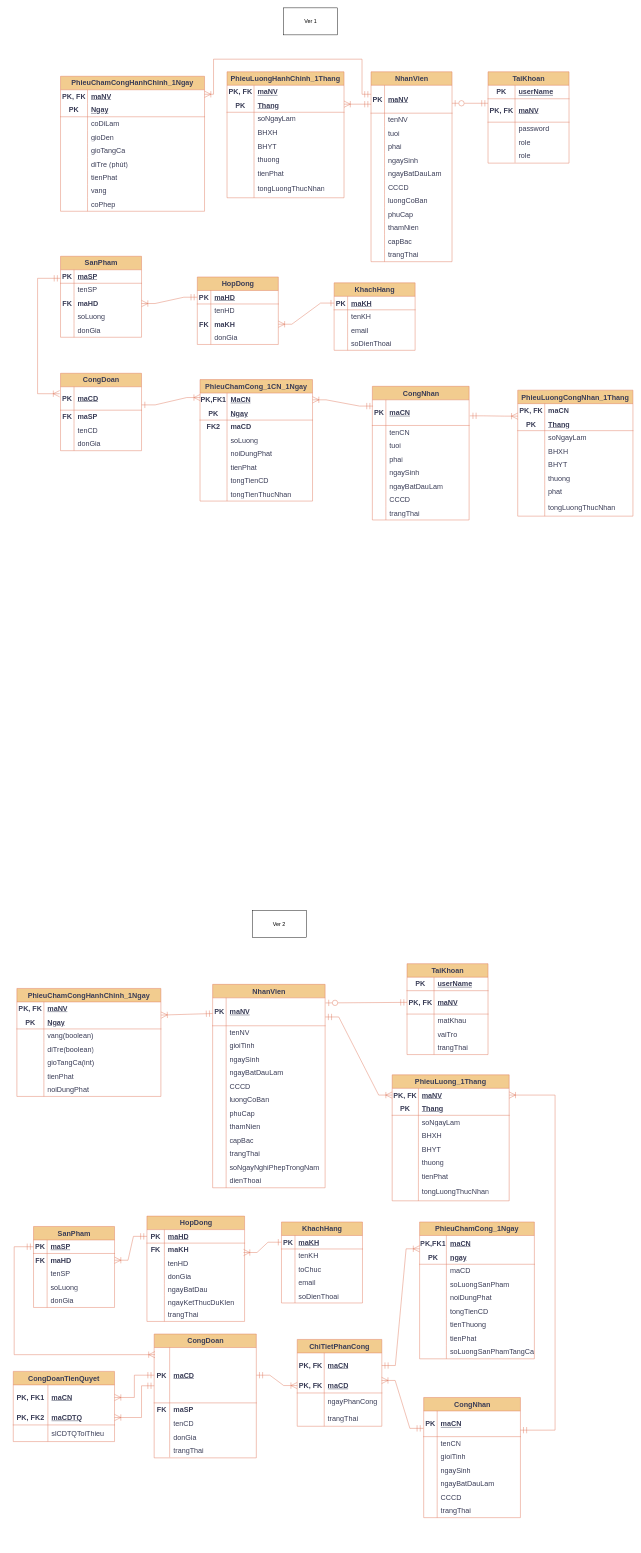
Above: EntityRelationshipDiagram.drawio in TomTom2k/-management-of-a-ceramic-processing-company (draw.io), before the change. Source tidied: cells renumbered, new cells numbered last; positions are measured from the earlier drawing's top-left corner, leaving out a move shared by most shapes. Both pictures are drawn from the tidied source at 45%, with x=0, y=0 at pixel (13, 8).
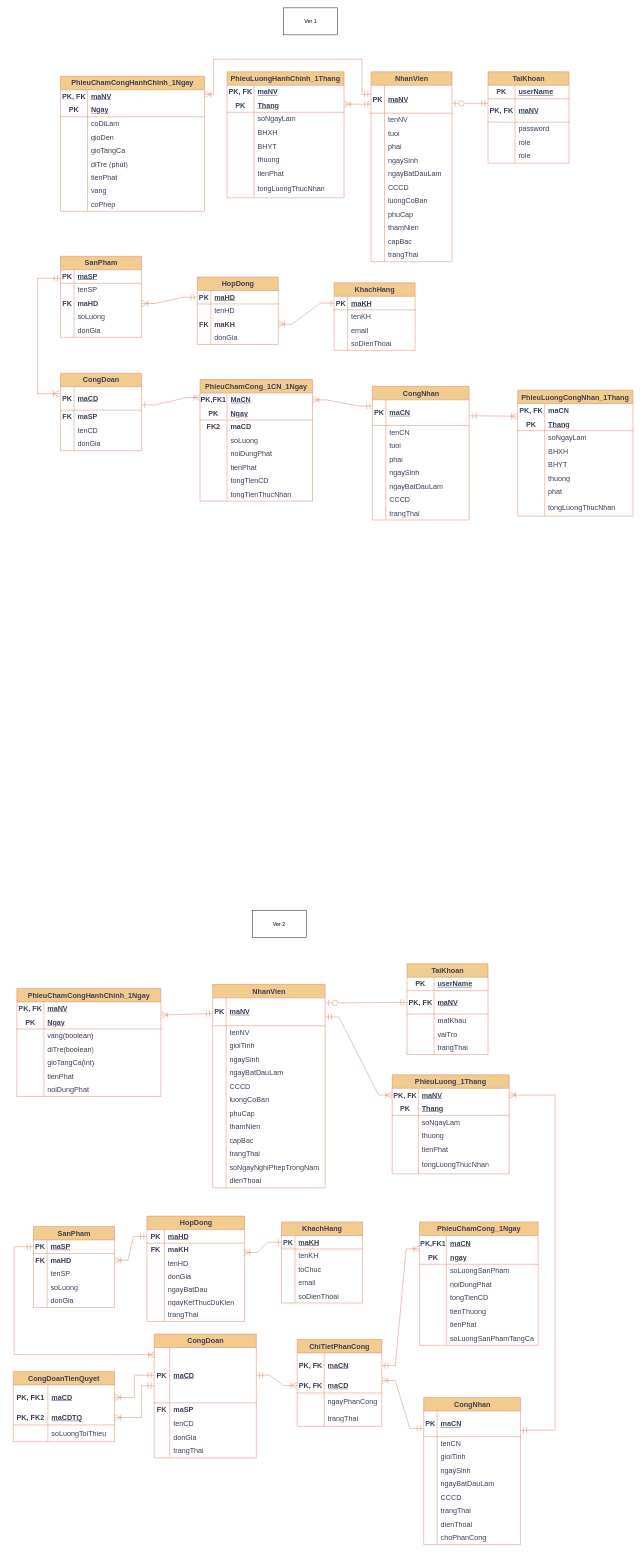
The same diagram, later.

Unchanged cells that the change refers to:
```xml
<mxCell id="481" style="shape=tableRow;horizontal=0;startSize=0;swimlaneHead=0;swimlaneBody=0;fillColor=none;points=[[0,0.5],[1,0.5]];portConstraint=eastwest;top=0;left=0;right=0;bottom=0;html=1;labelBackgroundColor=none;strokeColor=#E07A5F;fontColor=#393C56;fontSize=16;" parent="480" vertex="1">
  <mxGeometry y="30" width="225" height="56" as="geometry" />
</mxCell>
<mxCell id="487" style="shape=tableRow;horizontal=0;startSize=0;swimlaneHead=0;swimlaneBody=0;fillColor=none;top=0;left=0;right=0;bottom=0;html=1;labelBackgroundColor=none;strokeColor=#E07A5F;fontColor=#393C56;fontSize=16;" parent="480" vertex="1">
  <mxGeometry y="119" width="225" height="37" as="geometry" />
</mxCell>
```

The edit, as a diff of the source:
```diff
@@
     <mxCell id="232" value="CongNhan" style="shape=table;startSize=30;childLayout=tableLayout;rowLines=0;fontStyle=1;align=center;html=1;labelBackgroundColor=none;fillColor=#F2CC8F;strokeColor=#E07A5F;fontColor=#393C56;fontSize=16;" parent="1" vertex="1">
-      <mxGeometry x="912" y="3088" width="215" height="267" as="geometry" />
+      <mxGeometry x="912" y="3088" width="215" height="327" as="geometry" />
     </mxCell>
@@
+    <mxCell id="507" style="shape=tableRow;horizontal=0;startSize=0;swimlaneHead=0;swimlaneBody=0;fillColor=none;top=0;left=0;right=0;bottom=0;labelBackgroundColor=none;strokeColor=#E07A5F;fontColor=#393C56;fontSize=16;" parent="232" vertex="1">
+      <mxGeometry y="267" width="215" height="30" as="geometry" />
+    </mxCell>
+    <mxCell id="508" style="shape=partialRectangle;fillColor=none;top=0;left=0;bottom=0;right=0;overflow=hidden;whiteSpace=wrap;html=1;labelBackgroundColor=none;strokeColor=#E07A5F;fontColor=#393C56;fontSize=16;" parent="507" vertex="1">
+      <mxGeometry width="30" height="30" as="geometry" />
+    </mxCell>
+    <mxCell id="509" value="dienThoai" style="shape=partialRectangle;fillColor=none;top=0;left=0;bottom=0;right=0;align=left;spacingLeft=6;overflow=hidden;whiteSpace=wrap;html=1;labelBackgroundColor=none;strokeColor=#E07A5F;fontColor=#393C56;fontSize=16;" parent="507" vertex="1">
+      <mxGeometry x="30" width="185" height="30" as="geometry" />
+    </mxCell>
+    <mxCell id="510" style="shape=tableRow;horizontal=0;startSize=0;swimlaneHead=0;swimlaneBody=0;fillColor=none;top=0;left=0;right=0;bottom=0;labelBackgroundColor=none;strokeColor=#E07A5F;fontColor=#393C56;fontSize=16;" parent="232" vertex="1">
+      <mxGeometry y="297" width="215" height="30" as="geometry" />
+    </mxCell>
+    <mxCell id="511" style="shape=partialRectangle;fillColor=none;top=0;left=0;bottom=0;right=0;overflow=hidden;whiteSpace=wrap;html=1;labelBackgroundColor=none;strokeColor=#E07A5F;fontColor=#393C56;fontSize=16;" parent="510" vertex="1">
+      <mxGeometry width="30" height="30" as="geometry" />
+    </mxCell>
+    <mxCell id="512" value="choPhanCong" style="shape=partialRectangle;fillColor=none;top=0;left=0;bottom=0;right=0;align=left;spacingLeft=6;overflow=hidden;whiteSpace=wrap;html=1;labelBackgroundColor=none;strokeColor=#E07A5F;fontColor=#393C56;fontSize=16;" parent="510" vertex="1">
+      <mxGeometry x="30" width="185" height="30" as="geometry" />
+    </mxCell>
@@
     <mxCell id="324" value="PhieuChamCong_1Ngay" style="shape=table;startSize=30;childLayout=tableLayout;rowLines=0;fontStyle=1;align=center;html=1;whiteSpace=wrap;labelBackgroundColor=none;fillColor=#F2CC8F;strokeColor=#E07A5F;fontColor=#393C56;fontSize=16;" parent="1" vertex="1">
-      <mxGeometry x="903" y="2698" width="255" height="304.1" as="geometry" />
+      <mxGeometry x="903" y="2698" width="263.5" height="274.1" as="geometry" />
     </mxCell>
     <mxCell id="325" style="shape=tableRow;horizontal=0;startSize=0;swimlaneHead=0;swimlaneBody=0;fillColor=none;points=[[0,0.5],[1,0.5]];portConstraint=eastwest;top=0;left=0;right=0;bottom=0;html=1;labelBackgroundColor=none;strokeColor=#E07A5F;fontColor=#393C56;fontSize=16;" parent="324" vertex="1">
-      <mxGeometry y="30" width="255" height="34" as="geometry" />
+      <mxGeometry y="30" width="263.5" height="34" as="geometry" />
     </mxCell>
@@
     <mxCell id="327" value="maCN" style="shape=partialRectangle;fillColor=none;top=0;left=0;bottom=0;right=0;align=left;spacingLeft=6;fontStyle=5;overflow=hidden;html=1;whiteSpace=wrap;labelBackgroundColor=none;strokeColor=#E07A5F;fontColor=#393C56;fontSize=16;" parent="325" vertex="1">
-      <mxGeometry x="59.5" width="195.5" height="34" as="geometry" />
+      <mxGeometry x="59.5" width="204" height="34" as="geometry" />
     </mxCell>
     <mxCell id="328" style="shape=tableRow;horizontal=0;startSize=0;swimlaneHead=0;swimlaneBody=0;fillColor=none;top=0;left=0;right=0;bottom=1;html=1;labelBackgroundColor=none;strokeColor=#E07A5F;fontColor=#393C56;fontSize=16;" parent="324" vertex="1">
-      <mxGeometry y="64" width="255" height="30" as="geometry" />
+      <mxGeometry y="64" width="263.5" height="30" as="geometry" />
     </mxCell>
@@
     <mxCell id="330" value="ngay" style="shape=partialRectangle;fillColor=none;top=0;left=0;bottom=0;right=0;align=left;spacingLeft=6;fontStyle=5;overflow=hidden;html=1;whiteSpace=wrap;labelBackgroundColor=none;strokeColor=#E07A5F;fontColor=#393C56;fontSize=16;" parent="328" vertex="1">
-      <mxGeometry x="59.5" width="195.5" height="30" as="geometry" />
+      <mxGeometry x="59.5" width="204" height="30" as="geometry" />
     </mxCell>
-    <mxCell id="331" style="shape=tableRow;horizontal=0;startSize=0;swimlaneHead=0;swimlaneBody=0;fillColor=none;top=0;left=0;right=0;bottom=0;html=1;labelBackgroundColor=none;strokeColor=#E07A5F;fontColor=#393C56;fontSize=16;" parent="324" vertex="1">
-      <mxGeometry y="94" width="255" height="30" as="geometry" />
-    </mxCell>
-    <mxCell id="332" style="shape=partialRectangle;fillColor=none;top=0;left=0;bottom=0;right=0;overflow=hidden;html=1;whiteSpace=wrap;labelBackgroundColor=none;strokeColor=#E07A5F;fontColor=#393C56;fontSize=16;fontStyle=1;" parent="331" vertex="1">
-      <mxGeometry width="59.5" height="30" as="geometry" />
-    </mxCell>
-    <mxCell id="333" value="&lt;span style=&quot;font-weight: normal;&quot;&gt;maCD&lt;/span&gt;" style="shape=partialRectangle;fillColor=none;top=0;left=0;bottom=0;right=0;align=left;spacingLeft=6;overflow=hidden;html=1;whiteSpace=wrap;labelBackgroundColor=none;strokeColor=#E07A5F;fontColor=#393C56;fontSize=16;fontStyle=1;" parent="331" vertex="1">
-      <mxGeometry x="59.5" width="195.5" height="30" as="geometry" />
-    </mxCell>
     <mxCell id="334" style="shape=tableRow;horizontal=0;startSize=0;swimlaneHead=0;swimlaneBody=0;fillColor=none;top=0;left=0;right=0;bottom=0;html=1;labelBackgroundColor=none;strokeColor=#E07A5F;fontColor=#393C56;fontSize=16;" parent="324" vertex="1">
-      <mxGeometry y="124" width="255" height="30" as="geometry" />
+      <mxGeometry y="94" width="263.5" height="30" as="geometry" />
     </mxCell>
@@
     <mxCell id="336" value="soLuongSanPham" style="shape=partialRectangle;fillColor=none;top=0;left=0;bottom=0;right=0;align=left;spacingLeft=6;overflow=hidden;html=1;whiteSpace=wrap;labelBackgroundColor=none;strokeColor=#E07A5F;fontColor=#393C56;fontSize=16;" parent="334" vertex="1">
-      <mxGeometry x="59.5" width="195.5" height="30" as="geometry" />
+      <mxGeometry x="59.5" width="204" height="30" as="geometry" />
     </mxCell>
     <mxCell id="337" style="shape=tableRow;horizontal=0;startSize=0;swimlaneHead=0;swimlaneBody=0;fillColor=none;top=0;left=0;right=0;bottom=0;html=1;labelBackgroundColor=none;strokeColor=#E07A5F;fontColor=#393C56;fontSize=16;" parent="324" vertex="1">
-      <mxGeometry y="154" width="255" height="30" as="geometry" />
+      <mxGeometry y="124" width="263.5" height="30" as="geometry" />
     </mxCell>
@@
     <mxCell id="339" value="noiDungPhat" style="shape=partialRectangle;fillColor=none;top=0;left=0;bottom=0;right=0;align=left;spacingLeft=6;overflow=hidden;html=1;whiteSpace=wrap;labelBackgroundColor=none;strokeColor=#E07A5F;fontColor=#393C56;fontSize=16;" parent="337" vertex="1">
-      <mxGeometry x="59.5" width="195.5" height="30" as="geometry" />
+      <mxGeometry x="59.5" width="204" height="30" as="geometry" />
     </mxCell>
     <mxCell id="340" style="shape=tableRow;horizontal=0;startSize=0;swimlaneHead=0;swimlaneBody=0;fillColor=none;top=0;left=0;right=0;bottom=0;html=1;labelBackgroundColor=none;strokeColor=#E07A5F;fontColor=#393C56;fontSize=16;" parent="324" vertex="1">
-      <mxGeometry y="184" width="255" height="30" as="geometry" />
+      <mxGeometry y="154" width="263.5" height="30" as="geometry" />
     </mxCell>
@@
     <mxCell id="342" value="tongTienCD" style="shape=partialRectangle;fillColor=none;top=0;left=0;bottom=0;right=0;align=left;spacingLeft=6;overflow=hidden;html=1;whiteSpace=wrap;labelBackgroundColor=none;strokeColor=#E07A5F;fontColor=#393C56;fontSize=16;" parent="340" vertex="1">
-      <mxGeometry x="59.5" width="195.5" height="30" as="geometry" />
+      <mxGeometry x="59.5" width="204" height="30" as="geometry" />
     </mxCell>
     <mxCell id="343" style="shape=tableRow;horizontal=0;startSize=0;swimlaneHead=0;swimlaneBody=0;fillColor=none;top=0;left=0;right=0;bottom=0;html=1;labelBackgroundColor=none;strokeColor=#E07A5F;fontColor=#393C56;fontSize=16;" parent="324" vertex="1">
-      <mxGeometry y="214" width="255" height="30" as="geometry" />
+      <mxGeometry y="184" width="263.5" height="30" as="geometry" />
     </mxCell>
@@
     <mxCell id="345" value="tienThuong" style="shape=partialRectangle;fillColor=none;top=0;left=0;bottom=0;right=0;align=left;spacingLeft=6;overflow=hidden;html=1;whiteSpace=wrap;labelBackgroundColor=none;strokeColor=#E07A5F;fontColor=#393C56;fontSize=16;" parent="343" vertex="1">
-      <mxGeometry x="59.5" width="195.5" height="30" as="geometry" />
+      <mxGeometry x="59.5" width="204" height="30" as="geometry" />
     </mxCell>
     <mxCell id="346" style="shape=tableRow;horizontal=0;startSize=0;swimlaneHead=0;swimlaneBody=0;fillColor=none;top=0;left=0;right=0;bottom=0;html=1;labelBackgroundColor=none;strokeColor=#E07A5F;fontColor=#393C56;fontSize=16;" parent="324" vertex="1">
-      <mxGeometry y="244" width="255" height="30" as="geometry" />
+      <mxGeometry y="214" width="263.5" height="30" as="geometry" />
     </mxCell>
@@
     <mxCell id="348" value="tienPhat" style="shape=partialRectangle;fillColor=none;top=0;left=0;bottom=0;right=0;align=left;spacingLeft=6;overflow=hidden;html=1;whiteSpace=wrap;labelBackgroundColor=none;strokeColor=#E07A5F;fontColor=#393C56;fontSize=16;" parent="346" vertex="1">
-      <mxGeometry x="59.5" width="195.5" height="30" as="geometry" />
+      <mxGeometry x="59.5" width="204" height="30" as="geometry" />
     </mxCell>
     <mxCell id="349" style="shape=tableRow;horizontal=0;startSize=0;swimlaneHead=0;swimlaneBody=0;fillColor=none;top=0;left=0;right=0;bottom=0;html=1;labelBackgroundColor=none;strokeColor=#E07A5F;fontColor=#393C56;fontSize=16;" parent="324" vertex="1">
-      <mxGeometry y="274" width="255" height="30" as="geometry" />
+      <mxGeometry y="244" width="263.5" height="30" as="geometry" />
     </mxCell>
@@
     <mxCell id="351" value="soLuongSanPhamTangCa" style="shape=partialRectangle;fillColor=none;top=0;left=0;bottom=0;right=0;align=left;spacingLeft=6;overflow=hidden;html=1;whiteSpace=wrap;labelBackgroundColor=none;strokeColor=#E07A5F;fontColor=#393C56;fontSize=16;" parent="349" vertex="1">
-      <mxGeometry x="59.5" width="195.5" height="30" as="geometry" />
+      <mxGeometry x="59.5" width="204" height="30" as="geometry" />
     </mxCell>
@@
     <mxCell id="414" value="PhieuLuong_1Thang" style="shape=table;startSize=30;childLayout=tableLayout;rowLines=0;fontStyle=1;align=center;html=1;whiteSpace=wrap;labelBackgroundColor=none;fillColor=#F2CC8F;strokeColor=#E07A5F;fontColor=#393C56;fontSize=16;" parent="1" vertex="1">
-      <mxGeometry x="842" y="2371" width="260" height="280" as="geometry" />
+      <mxGeometry x="842" y="2371" width="260" height="220" as="geometry" />
     </mxCell>
@@
-    <mxCell id="424" style="shape=tableRow;horizontal=0;startSize=0;swimlaneHead=0;swimlaneBody=0;fillColor=none;top=0;left=0;right=0;bottom=0;html=1;labelBackgroundColor=none;strokeColor=#E07A5F;fontColor=#393C56;fontSize=16;" parent="414" vertex="1">
-      <mxGeometry y="120" width="260" height="30" as="geometry" />
-    </mxCell>
-    <mxCell id="425" style="shape=partialRectangle;fillColor=none;top=0;left=0;bottom=0;right=0;overflow=hidden;html=1;whiteSpace=wrap;labelBackgroundColor=none;strokeColor=#E07A5F;fontColor=#393C56;fontSize=16;" parent="424" vertex="1">
-      <mxGeometry width="58.3" height="30" as="geometry" />
-    </mxCell>
-    <mxCell id="426" value="BHXH" style="shape=partialRectangle;fillColor=none;top=0;left=0;bottom=0;right=0;align=left;spacingLeft=6;overflow=hidden;html=1;whiteSpace=wrap;labelBackgroundColor=none;strokeColor=#E07A5F;fontColor=#393C56;fontSize=16;" parent="424" vertex="1">
-      <mxGeometry x="58.3" width="201.7" height="30" as="geometry" />
-    </mxCell>
-    <mxCell id="427" style="shape=tableRow;horizontal=0;startSize=0;swimlaneHead=0;swimlaneBody=0;fillColor=none;top=0;left=0;right=0;bottom=0;html=1;labelBackgroundColor=none;strokeColor=#E07A5F;fontColor=#393C56;fontSize=16;" parent="414" vertex="1">
-      <mxGeometry y="150" width="260" height="30" as="geometry" />
-    </mxCell>
-    <mxCell id="428" style="shape=partialRectangle;fillColor=none;top=0;left=0;bottom=0;right=0;overflow=hidden;html=1;whiteSpace=wrap;labelBackgroundColor=none;strokeColor=#E07A5F;fontColor=#393C56;fontSize=16;" parent="427" vertex="1">
-      <mxGeometry width="58.3" height="30" as="geometry" />
-    </mxCell>
-    <mxCell id="429" value="BHYT" style="shape=partialRectangle;fillColor=none;top=0;left=0;bottom=0;right=0;align=left;spacingLeft=6;overflow=hidden;html=1;whiteSpace=wrap;labelBackgroundColor=none;strokeColor=#E07A5F;fontColor=#393C56;fontSize=16;" parent="427" vertex="1">
-      <mxGeometry x="58.3" width="201.7" height="30" as="geometry" />
-    </mxCell>
     <mxCell id="430" style="shape=tableRow;horizontal=0;startSize=0;swimlaneHead=0;swimlaneBody=0;fillColor=none;top=0;left=0;right=0;bottom=0;html=1;labelBackgroundColor=none;strokeColor=#E07A5F;fontColor=#393C56;fontSize=16;" parent="414" vertex="1">
-      <mxGeometry y="180" width="260" height="30" as="geometry" />
+      <mxGeometry y="120" width="260" height="30" as="geometry" />
     </mxCell>
@@
     <mxCell id="433" style="shape=tableRow;horizontal=0;startSize=0;swimlaneHead=0;swimlaneBody=0;fillColor=none;top=0;left=0;right=0;bottom=0;html=1;labelBackgroundColor=none;strokeColor=#E07A5F;fontColor=#393C56;fontSize=16;" parent="414" vertex="1">
-      <mxGeometry y="210" width="260" height="30" as="geometry" />
+      <mxGeometry y="150" width="260" height="30" as="geometry" />
     </mxCell>
@@
     <mxCell id="436" style="shape=tableRow;horizontal=0;startSize=0;swimlaneHead=0;swimlaneBody=0;fillColor=none;top=0;left=0;right=0;bottom=0;html=1;labelBackgroundColor=none;strokeColor=#E07A5F;fontColor=#393C56;fontSize=16;" parent="414" vertex="1">
-      <mxGeometry y="240" width="260" height="40" as="geometry" />
+      <mxGeometry y="180" width="260" height="40" as="geometry" />
     </mxCell>
@@
-    <mxCell id="483" value="maCN" style="shape=partialRectangle;fillColor=none;top=0;left=0;bottom=0;right=0;align=left;spacingLeft=6;fontStyle=5;overflow=hidden;html=1;whiteSpace=wrap;labelBackgroundColor=none;strokeColor=#E07A5F;fontColor=#393C56;fontSize=16;" parent="481" vertex="1">
+    <mxCell id="483" value="maCD" style="shape=partialRectangle;fillColor=none;top=0;left=0;bottom=0;right=0;align=left;spacingLeft=6;fontStyle=5;overflow=hidden;html=1;whiteSpace=wrap;labelBackgroundColor=none;strokeColor=#E07A5F;fontColor=#393C56;fontSize=16;" parent="481" vertex="1">
       <mxGeometry x="76.9" width="148.1" height="56" as="geometry" />
     </mxCell>
@@
-    <mxCell id="489" value="slCDTQToiThieu" style="shape=partialRectangle;fillColor=none;top=0;left=0;bottom=0;right=0;align=left;spacingLeft=6;overflow=hidden;html=1;whiteSpace=wrap;labelBackgroundColor=none;strokeColor=#E07A5F;fontColor=#393C56;fontSize=16;" parent="487" vertex="1">
+    <mxCell id="489" value="soLuongToiThieu" style="shape=partialRectangle;fillColor=none;top=0;left=0;bottom=0;right=0;align=left;spacingLeft=6;overflow=hidden;html=1;whiteSpace=wrap;labelBackgroundColor=none;strokeColor=#E07A5F;fontColor=#393C56;fontSize=16;" parent="487" vertex="1">
       <mxGeometry x="76.9" width="148.1" height="37" as="geometry" />
     </mxCell>
```
